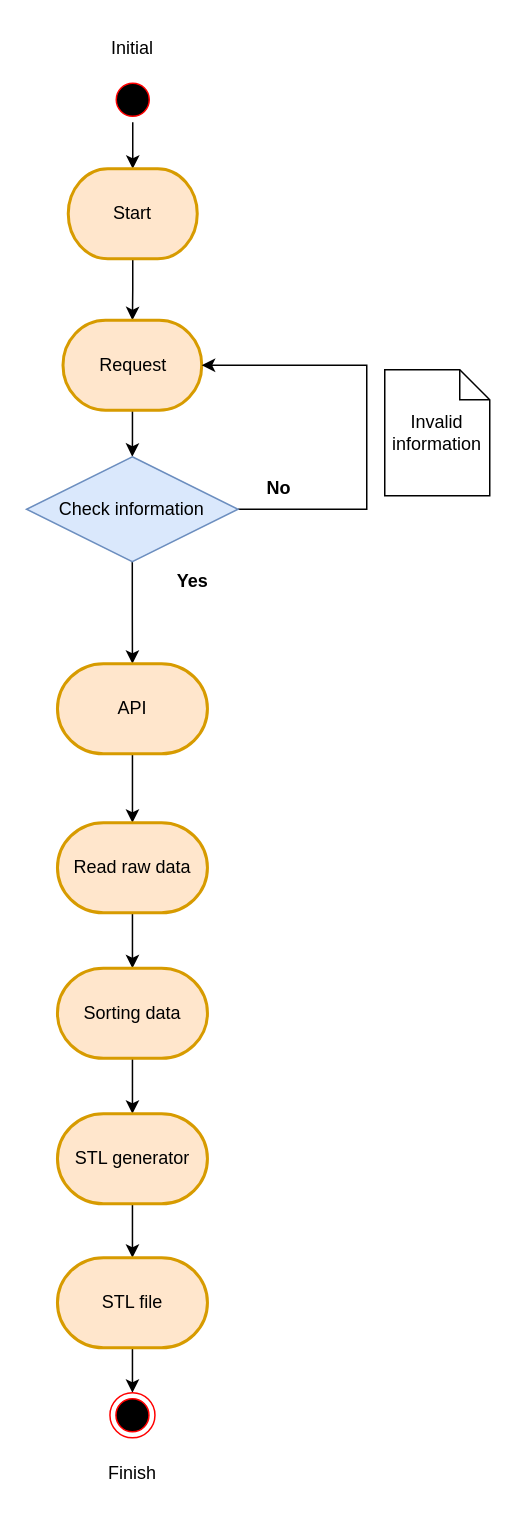
This is activityDiagram.drawio from katrineah/MAS417_project, a draw.io file, before an edit. Source tidied: cells renumbered, new cells numbered last; positions are measured from the earlier drawing's top-left corner, leaving out a move shared by most shapes. Both pictures are drawn from the tidied source at 150%, with x=0, y=0 at pixel (26, 26).
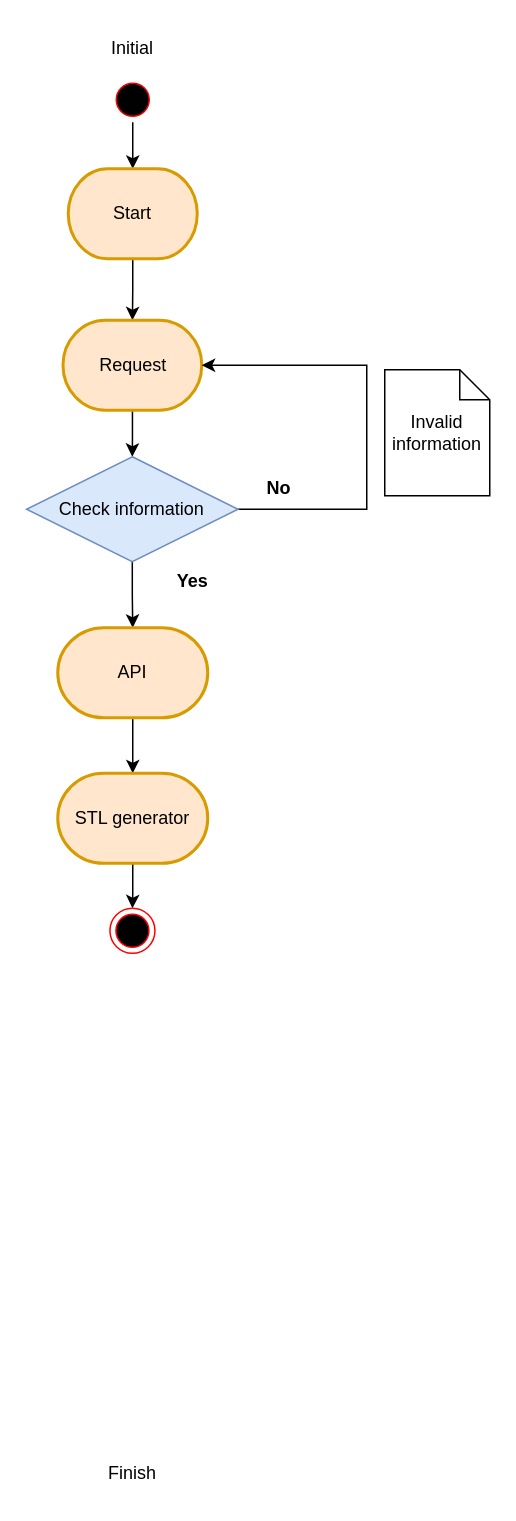
Above is the later version.

Diff of the diagram source:
```diff
@@
-    <mxCell id="12" style="edgeStyle=orthogonalEdgeStyle;rounded=0;jettySize=auto;html=1;" parent="1" edge="1" source="13" target="15">
-      <mxGeometry relative="1" as="geometry" />
-    </mxCell>
+    <mxCell id="27" style="edgeStyle=orthogonalEdgeStyle;rounded=0;jettySize=auto;html=1;" parent="1" edge="1" source="13" target="19">
+      <mxGeometry relative="1" as="geometry" />
+    </mxCell>
     <mxCell id="13" value="API" style="strokeWidth=2;html=1;shape=mxgraph.flowchart.terminator;whiteSpace=wrap;fillColor=#ffe6cc;strokeColor=#d79b00;" parent="1" vertex="1">
-      <mxGeometry x="20.8" y="425" width="100" height="60" as="geometry" />
+      <mxGeometry x="21" y="401" width="100" height="60" as="geometry" />
     </mxCell>
-    <mxCell id="14" style="edgeStyle=orthogonalEdgeStyle;rounded=0;jettySize=auto;html=1;" parent="1" edge="1" source="15" target="17">
-      <mxGeometry relative="1" as="geometry" />
-    </mxCell>
-    <mxCell id="15" value="Read raw data" style="strokeWidth=2;html=1;shape=mxgraph.flowchart.terminator;whiteSpace=wrap;fillColor=#ffe6cc;strokeColor=#d79b00;" parent="1" vertex="1">
-      <mxGeometry x="20.8" y="531" width="100" height="60" as="geometry" />
-    </mxCell>
-    <mxCell id="16" style="edgeStyle=orthogonalEdgeStyle;rounded=0;jettySize=auto;html=1;" parent="1" edge="1" source="17" target="19">
-      <mxGeometry relative="1" as="geometry" />
-    </mxCell>
-    <mxCell id="17" value="Sorting data" style="strokeWidth=2;html=1;shape=mxgraph.flowchart.terminator;whiteSpace=wrap;fillColor=#ffe6cc;strokeColor=#d79b00;" parent="1" vertex="1">
-      <mxGeometry x="20.8" y="628" width="100" height="60" as="geometry" />
-    </mxCell>
-    <mxCell id="18" style="edgeStyle=orthogonalEdgeStyle;rounded=0;jettySize=auto;html=1;" parent="1" edge="1" source="19" target="21">
-      <mxGeometry relative="1" as="geometry" />
-    </mxCell>
+    <mxCell id="28" style="edgeStyle=orthogonalEdgeStyle;rounded=0;jettySize=auto;html=1;" parent="1" edge="1" source="19" target="22">
+      <mxGeometry relative="1" as="geometry" />
+    </mxCell>
     <mxCell id="19" value="STL generator" style="strokeWidth=2;html=1;shape=mxgraph.flowchart.terminator;whiteSpace=wrap;fillColor=#ffe6cc;strokeColor=#d79b00;" parent="1" vertex="1">
-      <mxGeometry x="20.8" y="725" width="100" height="60" as="geometry" />
+      <mxGeometry x="21" y="498" width="100" height="60" as="geometry" />
     </mxCell>
-    <mxCell id="20" style="edgeStyle=orthogonalEdgeStyle;rounded=0;jettySize=auto;html=1;" parent="1" edge="1" source="21" target="22">
-      <mxGeometry relative="1" as="geometry" />
-    </mxCell>
-    <mxCell id="21" value="STL file" style="strokeWidth=2;html=1;shape=mxgraph.flowchart.terminator;whiteSpace=wrap;fillColor=#ffe6cc;strokeColor=#d79b00;" parent="1" vertex="1">
-      <mxGeometry x="20.8" y="821" width="100" height="60" as="geometry" />
-    </mxCell>
     <mxCell id="22" style="ellipse;html=1;shape=endState;fillColor=#000000;strokeColor=#ff0000;" parent="1" vertex="1">
-      <mxGeometry x="55.8" y="911" width="30" height="30" as="geometry" />
+      <mxGeometry x="55.8" y="588" width="30" height="30" as="geometry" />
     </mxCell>
```
